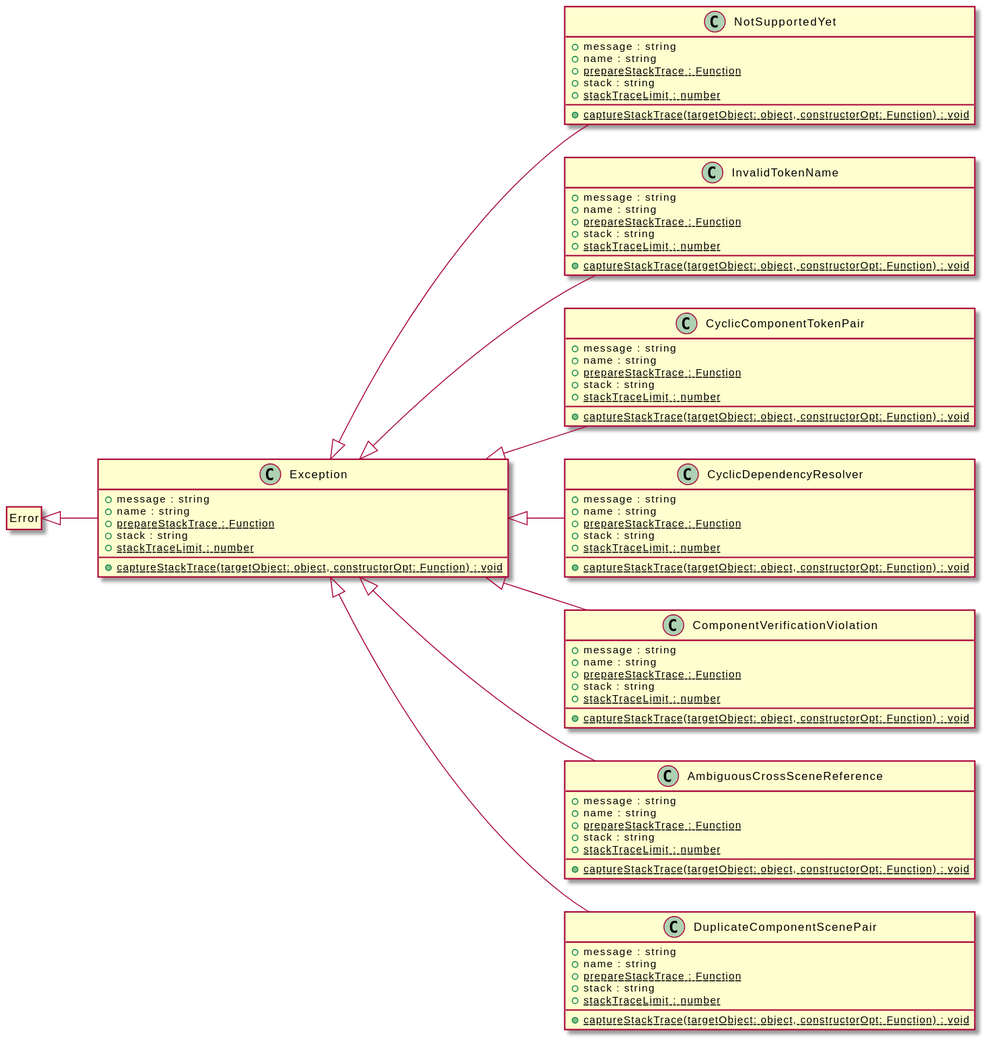
Before: assets/Exception-umlClassDiagram-3.svg, a diagram exported from PlantUML (zorse-lang/adk).
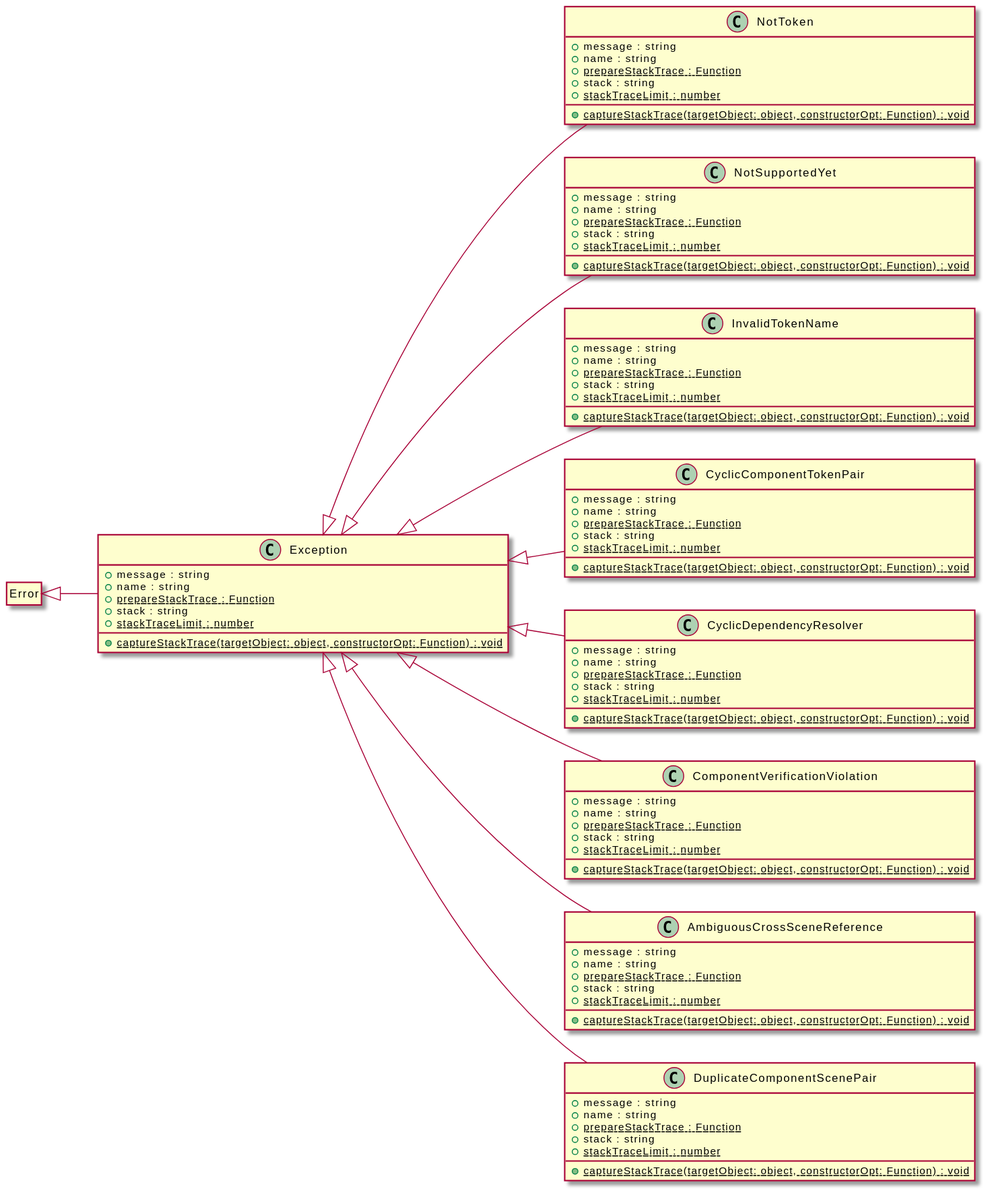
Above is the later version.

Diff of the diagram source:
```diff
@@ -14,6 +14,15 @@
 class "Error"
 hide "Error" circle
 "Error" <|-- "Exception"
+class "NotToken" {
+    +message : string
+    +name : string
+    {static} +prepareStackTrace : Function
+    +stack : string
+    {static} +stackTraceLimit : number
+    {static} +captureStackTrace(targetObject: object, constructorOpt: Function) : void
+}
+"Exception" <|-- "NotToken"
 class "NotSupportedYet" {
     +message : string
     +name : string
```
